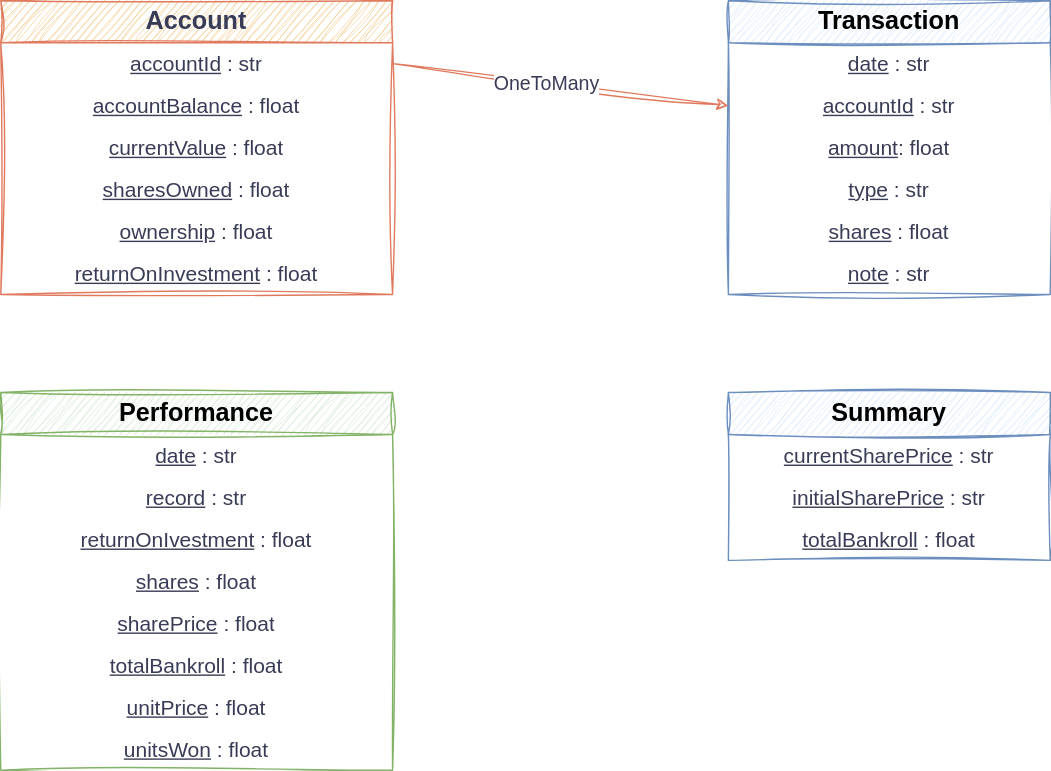
Above: diagrams/Models.svg in bellanov/the-private-ledger (draw.io), before the change. Source tidied: cells renumbered, new cells last; positions are measured from the earlier drawing's top-left corner, leaving out a move shared by most shapes.
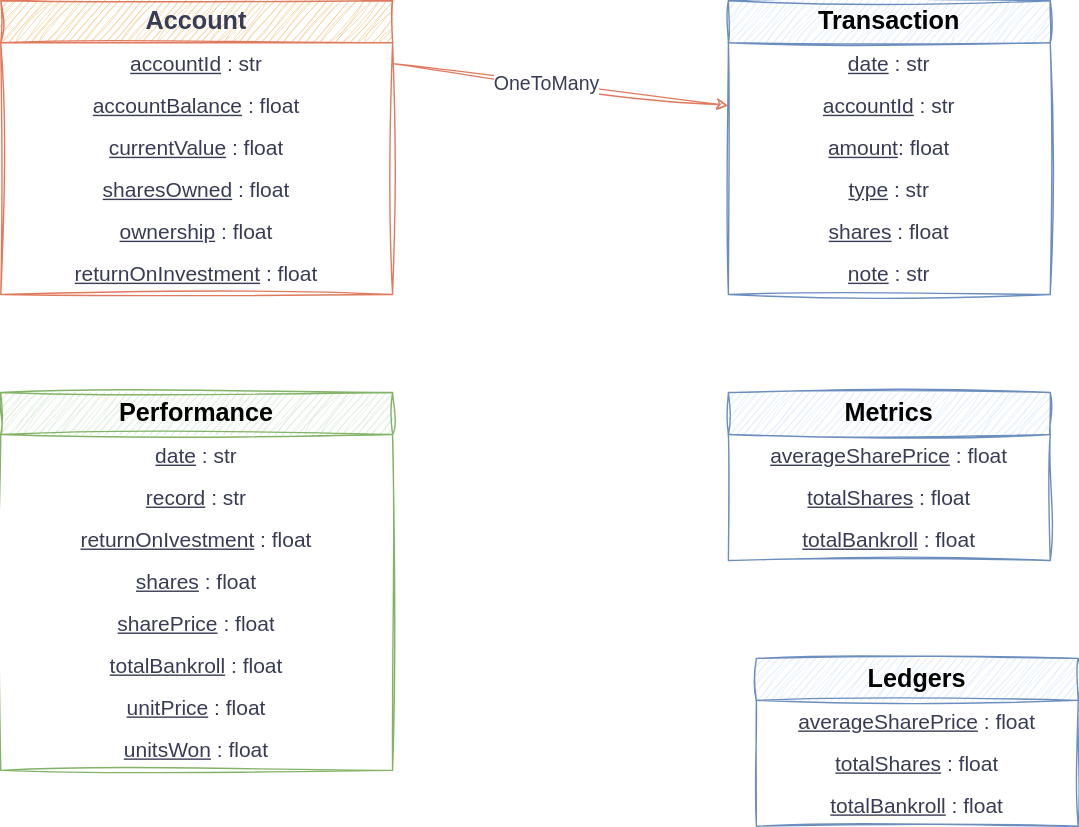
The same diagram one commit later.

Diff of the diagram source:
```diff
@@ -71,13 +71,13 @@
     <mxCell id="24" value="&lt;u&gt;note&lt;/u&gt; : str" style="text;strokeColor=none;fillColor=none;align=center;verticalAlign=middle;spacingLeft=4;spacingRight=4;overflow=hidden;whiteSpace=wrap;html=1;fontFamily=Helvetica;fontColor=#393C56;fontSize=15;" parent="18" vertex="1">
       <mxGeometry y="180" width="230" height="30" as="geometry" />
     </mxCell>
-    <mxCell id="25" value="Summary" style="swimlane;fontStyle=1;horizontal=1;startSize=30;whiteSpace=wrap;html=1;sketch=1;hachureGap=4;jiggle=2;curveFitting=1;strokeColor=#6c8ebf;fontFamily=Helvetica;fillColor=#dae8fc;fontSize=18;" parent="1" vertex="1">
+    <mxCell id="25" value="Metrics" style="swimlane;fontStyle=1;horizontal=1;startSize=30;whiteSpace=wrap;html=1;sketch=1;hachureGap=4;jiggle=2;curveFitting=1;strokeColor=#6c8ebf;fontFamily=Helvetica;fillColor=#dae8fc;fontSize=18;" parent="1" vertex="1">
       <mxGeometry x="520" y="280" width="230" height="120" as="geometry" />
     </mxCell>
-    <mxCell id="26" value="&lt;u&gt;currentSharePrice&lt;/u&gt; : str" style="text;strokeColor=none;fillColor=none;align=center;verticalAlign=middle;spacingLeft=4;spacingRight=4;overflow=hidden;whiteSpace=wrap;html=1;fontFamily=Helvetica;fontColor=#393C56;fontSize=15;" parent="25" vertex="1">
+    <mxCell id="26" value="&lt;u&gt;averageSharePrice&lt;/u&gt; : float" style="text;strokeColor=none;fillColor=none;align=center;verticalAlign=middle;spacingLeft=4;spacingRight=4;overflow=hidden;whiteSpace=wrap;html=1;fontFamily=Helvetica;fontColor=#393C56;fontSize=15;" parent="25" vertex="1">
       <mxGeometry y="30" width="230" height="30" as="geometry" />
     </mxCell>
-    <mxCell id="27" value="&lt;u&gt;initialSharePrice&lt;/u&gt; : str" style="text;strokeColor=none;fillColor=none;align=center;verticalAlign=middle;spacingLeft=4;spacingRight=4;overflow=hidden;whiteSpace=wrap;html=1;fontFamily=Helvetica;fontColor=#393C56;fontSize=15;" parent="25" vertex="1">
+    <mxCell id="27" value="&lt;u&gt;totalShares&lt;/u&gt; : float" style="text;strokeColor=none;fillColor=none;align=center;verticalAlign=middle;spacingLeft=4;spacingRight=4;overflow=hidden;whiteSpace=wrap;html=1;fontFamily=Helvetica;fontColor=#393C56;fontSize=15;" parent="25" vertex="1">
       <mxGeometry y="60" width="230" height="30" as="geometry" />
     </mxCell>
     <mxCell id="28" value="&lt;u&gt;totalBankroll&lt;/u&gt; : float" style="text;strokeColor=none;fillColor=none;align=center;verticalAlign=middle;spacingLeft=4;spacingRight=4;overflow=hidden;whiteSpace=wrap;html=1;fontFamily=Helvetica;fontColor=#393C56;fontSize=15;" parent="25" vertex="1">
@@ -89,5 +89,17 @@
     <mxCell id="30" value="OneToMany" style="edgeLabel;html=1;align=center;verticalAlign=middle;sketch=1;hachureGap=4;jiggle=2;curveFitting=1;strokeColor=#E07A5F;fontFamily=Helvetica;fontColor=#393C56;fillColor=#F2CC8F;fontSize=14;" parent="29" vertex="1">
       <mxGeometry x="-0.09" relative="1" as="geometry" />
     </mxCell>
+    <mxCell id="31" value="Ledgers" style="swimlane;fontStyle=1;horizontal=1;startSize=30;whiteSpace=wrap;html=1;sketch=1;hachureGap=4;jiggle=2;curveFitting=1;strokeColor=#6c8ebf;fontFamily=Helvetica;fillColor=#dae8fc;fontSize=18;" parent="1" vertex="1">
+      <mxGeometry x="540" y="470" width="230" height="120" as="geometry" />
+    </mxCell>
+    <mxCell id="32" value="&lt;u&gt;averageSharePrice&lt;/u&gt; : float" style="text;strokeColor=none;fillColor=none;align=center;verticalAlign=middle;spacingLeft=4;spacingRight=4;overflow=hidden;whiteSpace=wrap;html=1;fontFamily=Helvetica;fontColor=#393C56;fontSize=15;" parent="31" vertex="1">
+      <mxGeometry y="30" width="230" height="30" as="geometry" />
+    </mxCell>
+    <mxCell id="33" value="&lt;u&gt;totalShares&lt;/u&gt; : float" style="text;strokeColor=none;fillColor=none;align=center;verticalAlign=middle;spacingLeft=4;spacingRight=4;overflow=hidden;whiteSpace=wrap;html=1;fontFamily=Helvetica;fontColor=#393C56;fontSize=15;" parent="31" vertex="1">
+      <mxGeometry y="60" width="230" height="30" as="geometry" />
+    </mxCell>
+    <mxCell id="34" value="&lt;u&gt;totalBankroll&lt;/u&gt; : float" style="text;strokeColor=none;fillColor=none;align=center;verticalAlign=middle;spacingLeft=4;spacingRight=4;overflow=hidden;whiteSpace=wrap;html=1;fontFamily=Helvetica;fontColor=#393C56;fontSize=15;" parent="31" vertex="1">
+      <mxGeometry y="90" width="230" height="30" as="geometry" />
+    </mxCell>
   </root>
 </mxGraphModel>
```
